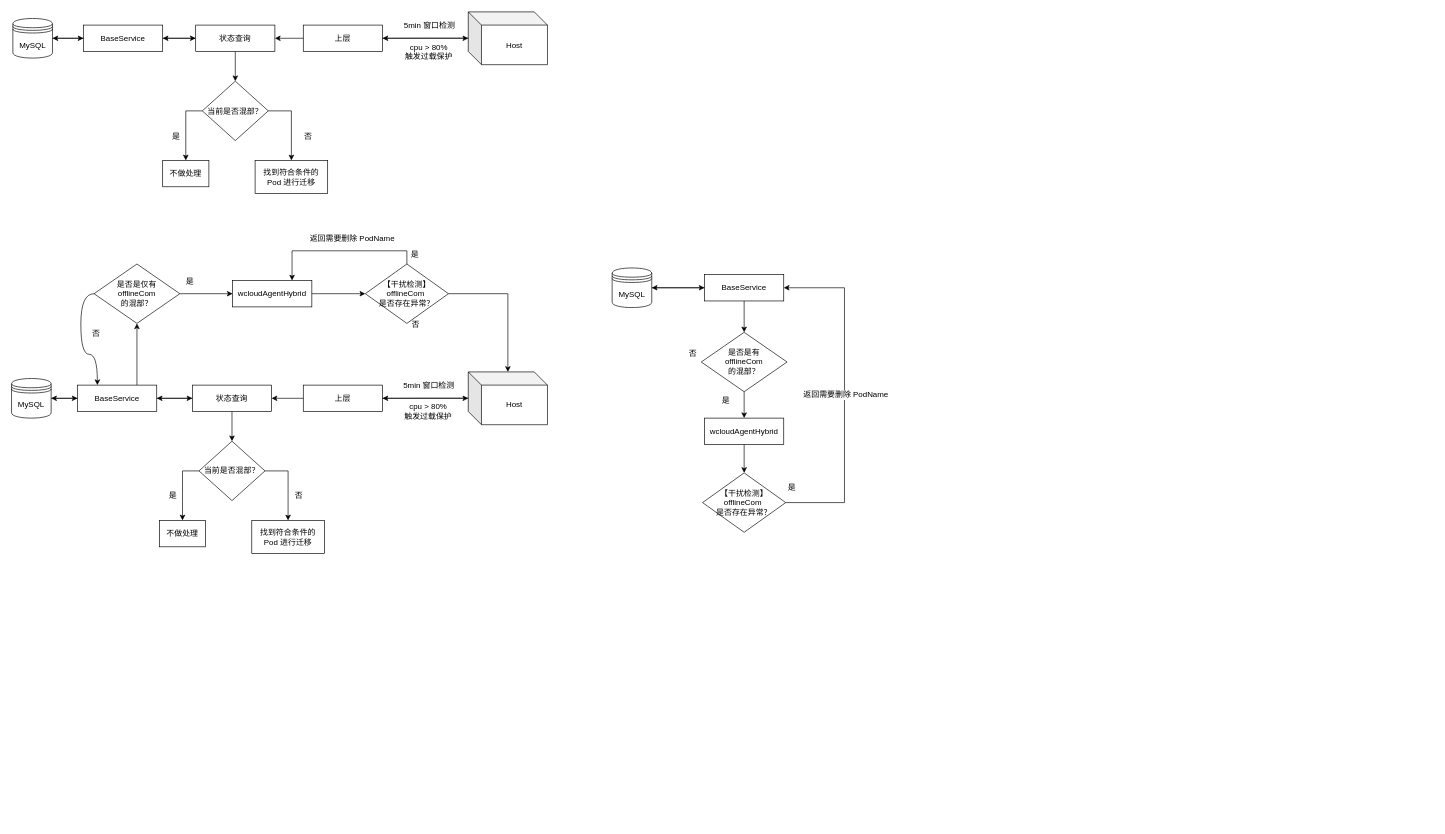
This is 过载保护接口.drawio from cityofwang/beats, a draw.io file, before an edit. Source tidied: cells renumbered, new cells numbered last; positions are measured from the earlier drawing's top-left corner, leaving out a move shared by most shapes. Both pictures are drawn from the tidied source at 66%, with x=0, y=0 at pixel (11, 12).
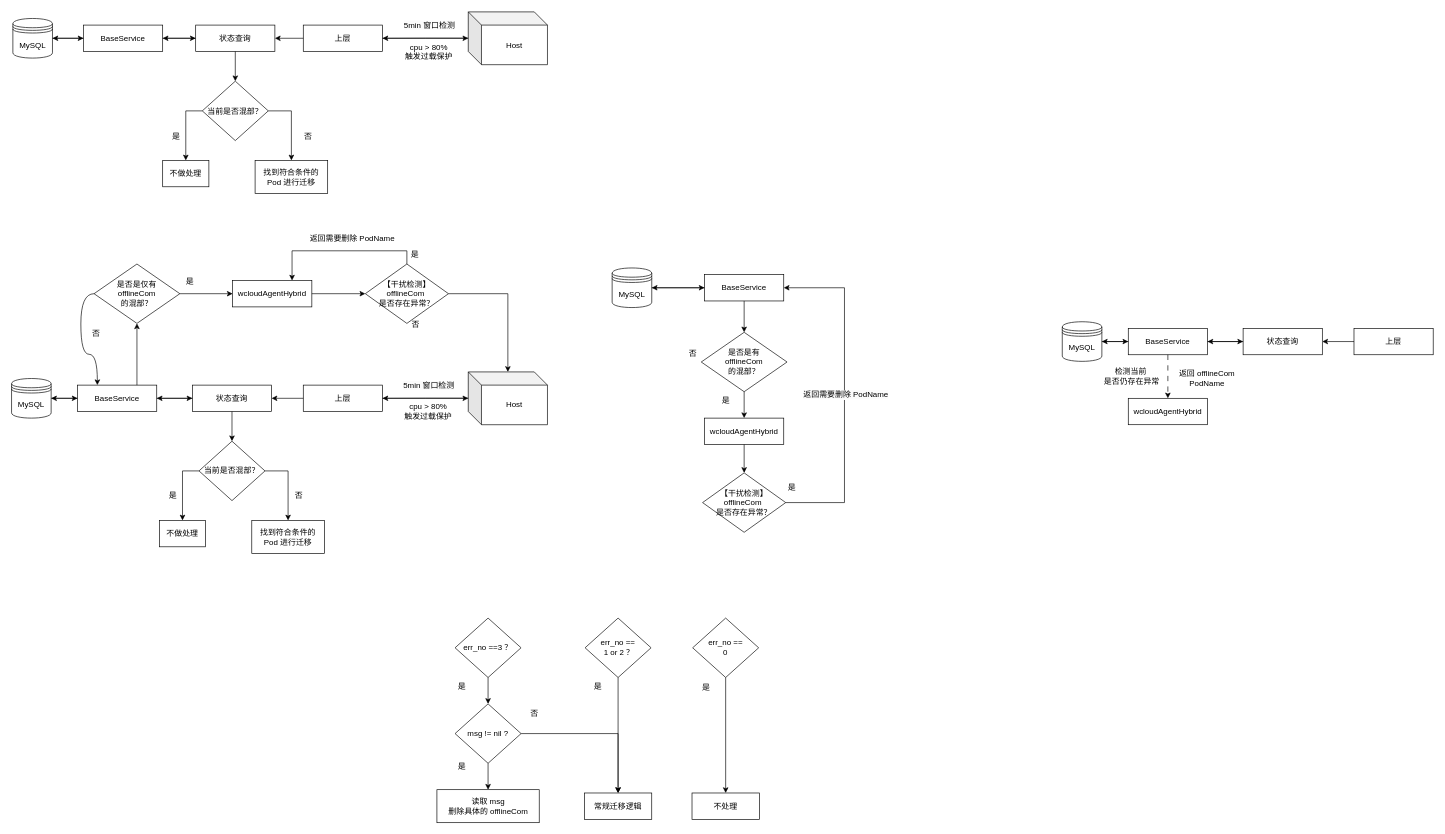
The same page after the edit.

Commit message:
过载保护接口.drawio

What changed in the source:
```diff
@@
+    <mxCell id="76" style="edgeStyle=orthogonalEdgeStyle;rounded=0;jettySize=auto;html=1;entryX=0.5;entryY=0;entryDx=0;entryDy=0;" parent="1" edge="1" source="77" target="82">
+      <mxGeometry relative="1" as="geometry" />
+    </mxCell>
+    <mxCell id="77" value="err_no ==3 ？" style="rhombus;whiteSpace=wrap;html=1;fillColor=none;labelBackgroundColor=none;rounded=0;" parent="1" vertex="1">
+      <mxGeometry x="672" y="918" width="100" height="90" as="geometry" />
+    </mxCell>
+    <mxCell id="78" value="是" style="text;html=1;align=center;verticalAlign=middle;strokeColor=none;fillColor=none;labelBackgroundColor=none;rounded=0;" parent="1" vertex="1">
+      <mxGeometry x="662" y="1007" width="40" height="30" as="geometry" />
+    </mxCell>
+    <mxCell id="79" value="读取 msg&lt;div&gt;删除具体的 offlineCom&lt;/div&gt;" style="rounded=0;whiteSpace=wrap;html=1;fillColor=none;labelBackgroundColor=none;" parent="1" vertex="1">
+      <mxGeometry x="644.5" y="1178" width="155" height="50" as="geometry" />
+    </mxCell>
+    <mxCell id="80" style="edgeStyle=orthogonalEdgeStyle;rounded=0;jettySize=auto;html=1;entryX=0.5;entryY=0;entryDx=0;entryDy=0;" parent="1" edge="1" source="82" target="79">
+      <mxGeometry relative="1" as="geometry" />
+    </mxCell>
+    <mxCell id="81" style="edgeStyle=orthogonalEdgeStyle;rounded=0;jettySize=auto;html=1;entryX=0.5;entryY=0;entryDx=0;entryDy=0;" parent="1" edge="1" source="82" target="85">
+      <mxGeometry relative="1" as="geometry" />
+    </mxCell>
+    <mxCell id="82" value="msg != nil&amp;nbsp;&lt;span style=&quot;background-color: initial;&quot;&gt;?&lt;/span&gt;" style="rhombus;whiteSpace=wrap;html=1;fillColor=none;labelBackgroundColor=none;rounded=0;" parent="1" vertex="1">
+      <mxGeometry x="672" y="1048" width="100" height="90" as="geometry" />
+    </mxCell>
+    <mxCell id="83" value="是" style="text;html=1;align=center;verticalAlign=middle;strokeColor=none;fillColor=none;labelBackgroundColor=none;rounded=0;" parent="1" vertex="1">
+      <mxGeometry x="662" y="1128" width="40" height="30" as="geometry" />
+    </mxCell>
+    <mxCell id="84" value="否" style="text;html=1;align=center;verticalAlign=middle;strokeColor=none;fillColor=none;" parent="1" vertex="1">
+      <mxGeometry x="772" y="1048" width="40" height="30" as="geometry" />
+    </mxCell>
+    <mxCell id="85" value="常规迁移逻辑" style="rounded=0;whiteSpace=wrap;html=1;fillColor=none;labelBackgroundColor=none;" parent="1" vertex="1">
+      <mxGeometry x="868" y="1183" width="102" height="40" as="geometry" />
+    </mxCell>
+    <mxCell id="86" style="edgeStyle=orthogonalEdgeStyle;rounded=0;jettySize=auto;html=1;" parent="1" edge="1" source="87" target="85">
+      <mxGeometry relative="1" as="geometry" />
+    </mxCell>
+    <mxCell id="87" value="err_no ==&lt;div&gt;&amp;nbsp;1 or 2 ？&lt;/div&gt;" style="rhombus;whiteSpace=wrap;html=1;fillColor=none;labelBackgroundColor=none;rounded=0;" parent="1" vertex="1">
+      <mxGeometry x="869" y="918" width="100" height="90" as="geometry" />
+    </mxCell>
+    <mxCell id="88" style="edgeStyle=orthogonalEdgeStyle;rounded=0;jettySize=auto;html=1;" parent="1" edge="1" source="89" target="90">
+      <mxGeometry relative="1" as="geometry" />
+    </mxCell>
+    <mxCell id="89" value="err_no ==&lt;div&gt;0&lt;/div&gt;" style="rhombus;whiteSpace=wrap;html=1;fillColor=none;labelBackgroundColor=none;rounded=0;" parent="1" vertex="1">
+      <mxGeometry x="1032" y="918" width="100" height="90" as="geometry" />
+    </mxCell>
+    <mxCell id="90" value="不处理" style="rounded=0;whiteSpace=wrap;html=1;fillColor=none;labelBackgroundColor=none;" parent="1" vertex="1">
+      <mxGeometry x="1031" y="1183" width="102" height="40" as="geometry" />
+    </mxCell>
+    <mxCell id="91" value="是" style="text;html=1;align=center;verticalAlign=middle;strokeColor=none;fillColor=none;labelBackgroundColor=none;rounded=0;" parent="1" vertex="1">
+      <mxGeometry x="868" y="1007" width="40" height="30" as="geometry" />
+    </mxCell>
+    <mxCell id="92" value="是" style="text;html=1;align=center;verticalAlign=middle;strokeColor=none;fillColor=none;labelBackgroundColor=none;rounded=0;" parent="1" vertex="1">
+      <mxGeometry x="1032" y="1008" width="40" height="30" as="geometry" />
+    </mxCell>
+    <mxCell id="93" style="edgeStyle=orthogonalEdgeStyle;rounded=0;jettySize=auto;html=1;entryX=1;entryY=0.5;entryDx=0;entryDy=0;labelBackgroundColor=none;fontColor=default;" parent="1" edge="1" source="94" target="98">
+      <mxGeometry relative="1" as="geometry" />
+    </mxCell>
+    <mxCell id="94" value="上层" style="rounded=0;whiteSpace=wrap;html=1;fillColor=none;labelBackgroundColor=none;" parent="1" vertex="1">
+      <mxGeometry x="2034" y="479" width="120" height="40" as="geometry" />
+    </mxCell>
+    <mxCell id="95" style="edgeStyle=orthogonalEdgeStyle;rounded=0;jettySize=auto;html=1;entryX=0;entryY=0.5;entryDx=0;entryDy=0;labelBackgroundColor=none;fontColor=default;" parent="1" edge="1" source="96" target="102">
+      <mxGeometry relative="1" as="geometry" />
+    </mxCell>
+    <mxCell id="96" value="MySQL" style="shape=datastore;whiteSpace=wrap;html=1;fillColor=none;labelBackgroundColor=none;rounded=0;" parent="1" vertex="1">
+      <mxGeometry x="1592" y="469" width="60" height="60" as="geometry" />
+    </mxCell>
+    <mxCell id="97" style="edgeStyle=orthogonalEdgeStyle;rounded=0;jettySize=auto;html=1;entryX=1;entryY=0.5;entryDx=0;entryDy=0;labelBackgroundColor=none;fontColor=default;" parent="1" edge="1" source="98" target="102">
+      <mxGeometry relative="1" as="geometry" />
+    </mxCell>
+    <mxCell id="98" value="状态查询" style="rounded=0;whiteSpace=wrap;html=1;fillColor=none;labelBackgroundColor=none;" parent="1" vertex="1">
+      <mxGeometry x="1866" y="479" width="120" height="40" as="geometry" />
+    </mxCell>
+    <mxCell id="99" style="edgeStyle=orthogonalEdgeStyle;rounded=0;jettySize=auto;html=1;entryX=1;entryY=0.5;entryDx=0;entryDy=0;labelBackgroundColor=none;fontColor=default;" parent="1" edge="1" source="102" target="96">
+      <mxGeometry relative="1" as="geometry" />
+    </mxCell>
+    <mxCell id="100" style="edgeStyle=orthogonalEdgeStyle;rounded=0;jettySize=auto;html=1;entryX=0;entryY=0.5;entryDx=0;entryDy=0;labelBackgroundColor=none;fontColor=default;" parent="1" edge="1" source="102" target="98">
+      <mxGeometry relative="1" as="geometry" />
+    </mxCell>
+    <mxCell id="101" style="edgeStyle=orthogonalEdgeStyle;rounded=0;jettySize=auto;html=1;dashed=1;dashPattern=8 8;" parent="1" edge="1" source="102" target="103">
+      <mxGeometry relative="1" as="geometry" />
+    </mxCell>
+    <mxCell id="102" value="BaseService" style="rounded=0;whiteSpace=wrap;html=1;fillColor=none;labelBackgroundColor=none;" parent="1" vertex="1">
+      <mxGeometry x="1692" y="479" width="120" height="40" as="geometry" />
+    </mxCell>
+    <mxCell id="103" value="wcloudAgentHybrid" style="rounded=0;whiteSpace=wrap;html=1;fillColor=none;labelBackgroundColor=none;" parent="1" vertex="1">
+      <mxGeometry x="1692" y="585" width="120" height="40" as="geometry" />
+    </mxCell>
+    <mxCell id="104" value="检测当前&amp;nbsp;&lt;div&gt;是否仍存在异常&lt;/div&gt;" style="text;html=1;align=center;verticalAlign=middle;strokeColor=none;fillColor=none;" parent="1" vertex="1">
+      <mxGeometry x="1642" y="531.5" width="110" height="40" as="geometry" />
+    </mxCell>
+    <mxCell id="105" value="返回 offlineCom&lt;div&gt;PodName&lt;/div&gt;" style="text;html=1;align=center;verticalAlign=middle;strokeColor=none;fillColor=none;" parent="1" vertex="1">
+      <mxGeometry x="1756" y="535" width="110" height="40" as="geometry" />
+    </mxCell>
```
